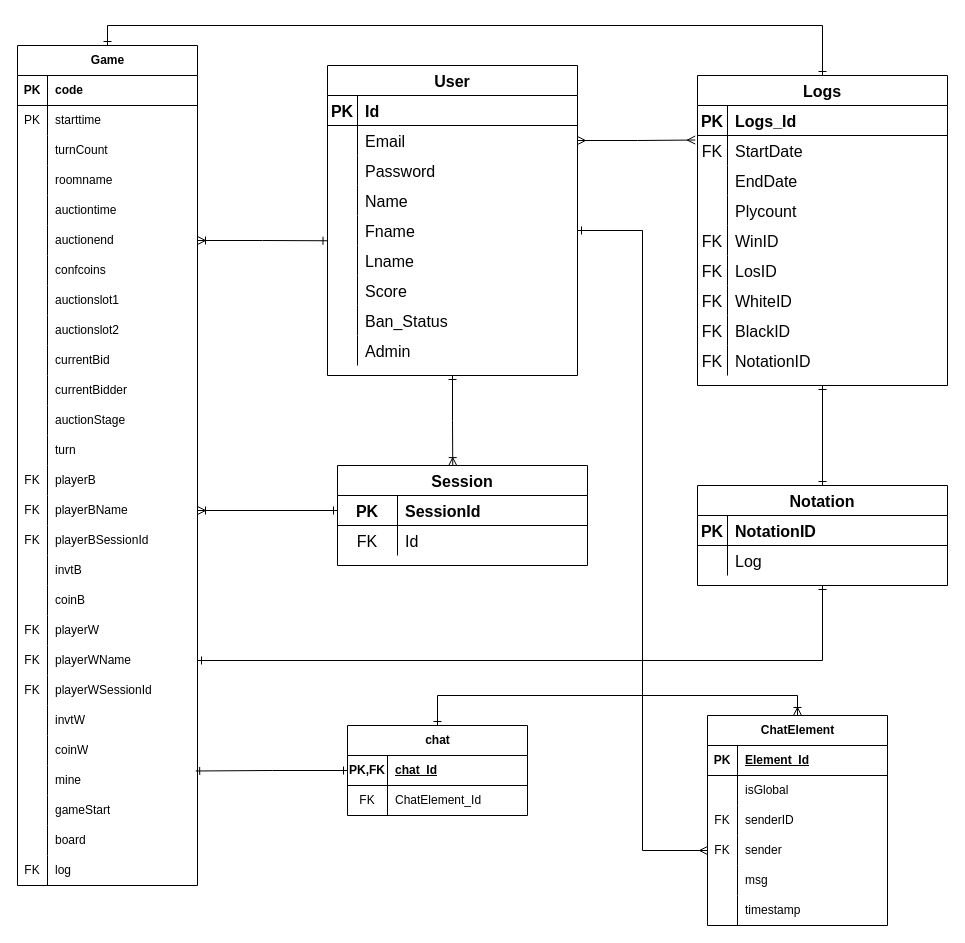
This is Diagrams/ERD.drawio from paowick/ChessButEbay, a draw.io file, before an edit. Source tidied: cells renumbered, new cells numbered last; positions are measured from the earlier drawing's top-left corner, leaving out a move shared by most shapes. Both pictures are drawn from the tidied source at 100%, with x=0, y=0 at pixel (17, 25).
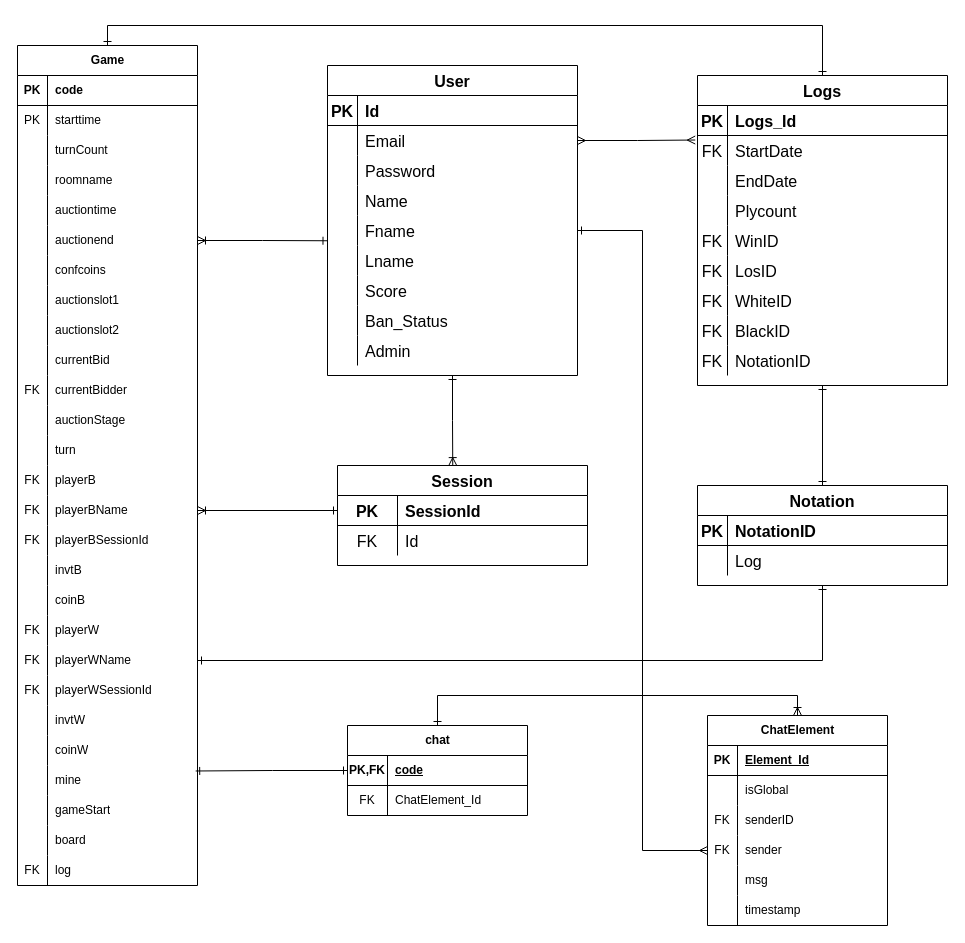
The same diagram, later.

The change refers to these unchanged cells:
```xml
<mxCell id="98" style="shape=tableRow;horizontal=0;startSize=0;swimlaneHead=0;swimlaneBody=0;fillColor=none;top=0;left=0;right=0;bottom=0;fontStyle=0;fontFamily=thai sarabun new;" parent="67" vertex="1">
  <mxGeometry y="330" width="180" height="30" as="geometry" />
</mxCell>
<mxCell id="157" style="shape=tableRow;horizontal=0;startSize=0;swimlaneHead=0;swimlaneBody=0;fillColor=none;points=[[0,0.5],[1,0.5]];portConstraint=eastwest;top=0;left=0;right=0;bottom=1;" parent="156" vertex="1">
  <mxGeometry y="30" width="180" height="30" as="geometry" />
</mxCell>
```

What changed in the source:
```diff
@@
-    <mxCell id="99" style="shape=partialRectangle;fillColor=none;top=0;left=0;bottom=0;right=0;overflow=hidden;whiteSpace=wrap;html=1;fontStyle=0;fontFamily=thai sarabun new;" parent="98" vertex="1">
+    <mxCell id="99" value="FK" style="shape=partialRectangle;fillColor=none;top=0;left=0;bottom=0;right=0;overflow=hidden;whiteSpace=wrap;html=1;fontStyle=0;fontFamily=thai sarabun new;" parent="98" vertex="1">
       <mxGeometry width="30" height="30" as="geometry" />
     </mxCell>
@@
-    <mxCell id="159" value="chat_Id" style="shape=partialRectangle;fillColor=none;top=0;left=0;bottom=0;right=0;align=left;spacingLeft=6;fontStyle=5;overflow=hidden;whiteSpace=wrap;html=1;" parent="157" vertex="1">
+    <mxCell id="159" value="code" style="shape=partialRectangle;fillColor=none;top=0;left=0;bottom=0;right=0;align=left;spacingLeft=6;fontStyle=5;overflow=hidden;whiteSpace=wrap;html=1;" parent="157" vertex="1">
       <mxGeometry x="40" width="140" height="30" as="geometry" />
     </mxCell>
```
